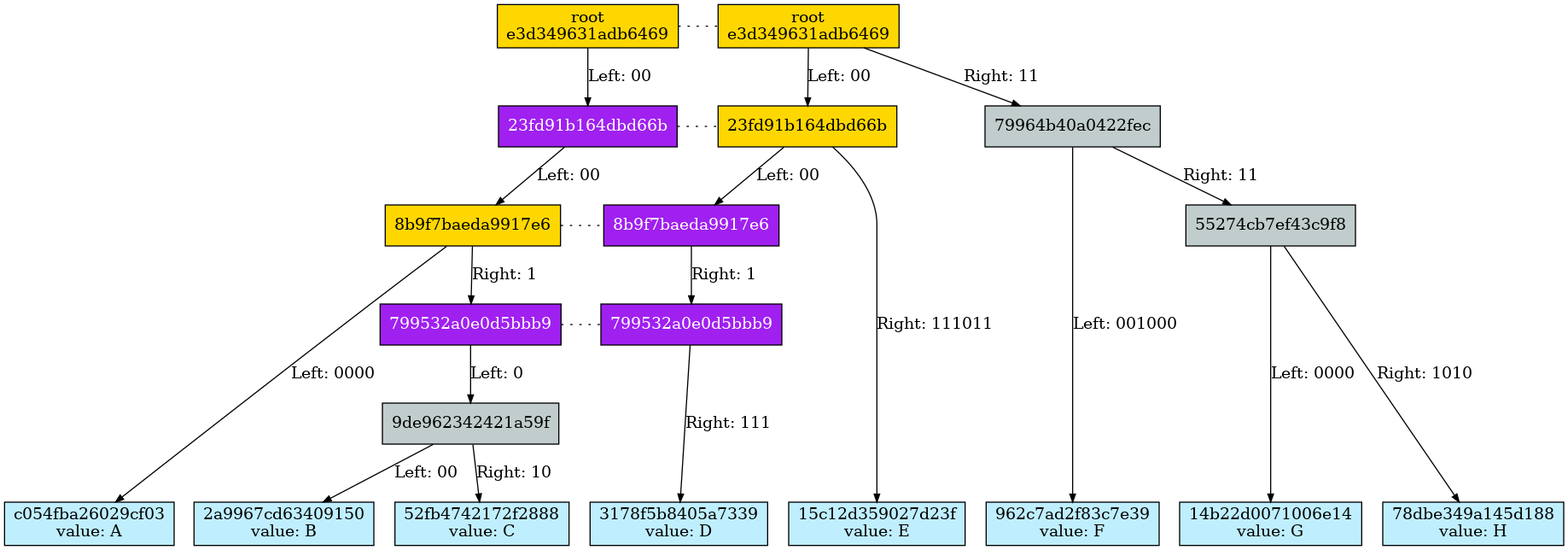
This is docs/merkle_tree/split_details/7_split_collapse.dot.png from juicebox-systems/juicebox-hsm-realm, a Graphviz export, as it was before one commit. Its source is kept beside it as docs/merkle_tree/split_details/7_split_collapse.dot. The source it was exported from:
```dot
Digraph merkletree {

he3d349631adb6469_2 [fillcolor=gold1 label="root\ne3d349631adb6469" ordering=out shape=box style=filled ];
h23fd91b164dbd66b_2 [fillcolor=purple fontcolor=white label="23fd91b164dbd66b" ordering=out shape=box style=filled ];
h8b9f7baeda9917e6_2 [fillcolor=gold1 label="8b9f7baeda9917e6" ordering=out shape=box style=filled ];
h799532a0e0d5bbb9_2 [fillcolor=purple fontcolor=white label="799532a0e0d5bbb9" ordering=out shape=box style=filled ];
he3d349631adb6469_2 -> h23fd91b164dbd66b_2 [arrowsize=0.7 label="Left: 00\l" nojustify=true ];
he3d349631adb6469 -> h23fd91b164dbd66b [arrowsize=0.7 label="Left: 00\l" nojustify=true ];
h23fd91b164dbd66b_2 -> h8b9f7baeda9917e6_2 [arrowsize=0.7 label="Left: 00\l" nojustify=true ];
h23fd91b164dbd66b -> h8b9f7baeda9917e6 [arrowsize=0.7 label="Left: 00\l" nojustify=true ];
h8b9f7baeda9917e6_2 -> hc054fba26029cf03 [arrowsize=0.7 label="Left: 0000" nojustify=true ];
h8b9f7baeda9917e6_2 -> h799532a0e0d5bbb9_2 [arrowsize=0.7 label="Right: 1\l" nojustify=true ];
h8b9f7baeda9917e6 -> h799532a0e0d5bbb9 [arrowsize=0.7 label="Right: 1\l" nojustify=true ];
h799532a0e0d5bbb9_2 -> h9de962342421a59f [arrowsize=0.7 label="Left: 0\l" nojustify=true ];
h9de962342421a59f -> h2a9967cd63409150 [arrowsize=0.7 label="Left: 00" nojustify=true ];
h9de962342421a59f -> h52fb4742172f2888 [arrowsize=0.7 label="Right: 10" nojustify=true ];
h799532a0e0d5bbb9 -> h3178f5b8405a7339 [arrowsize=0.7 label="Right: 111" nojustify=true ];
h23fd91b164dbd66b -> h15c12d359027d23f [arrowsize=0.7 label="Right: 111011" nojustify=true ];
he3d349631adb6469 -> h79964b40a0422fec [arrowsize=0.7 label="Right: 11\l" nojustify=true ];
h79964b40a0422fec -> h962c7ad2f83c7e39 [arrowsize=0.7 label="Left: 001000" nojustify=true ];
h79964b40a0422fec -> h55274cb7ef43c9f8 [arrowsize=0.7 label="Right: 11\l" nojustify=true ];
h55274cb7ef43c9f8 -> h14b22d0071006e14 [arrowsize=0.7 label="Left: 0000" nojustify=true ];
h55274cb7ef43c9f8 -> h78dbe349a145d188 [arrowsize=0.7 label="Right: 1010" nojustify=true ];

Subgraph depth_0 {
rank=same

he3d349631adb6469 [fillcolor=gold1 label="root\ne3d349631adb6469" ordering=out shape=box style=filled ];
}


Subgraph depth_2 {
rank=same

h23fd91b164dbd66b [fillcolor=gold1 label="23fd91b164dbd66b" ordering=out shape=box style=filled ];
h79964b40a0422fec [fillcolor=azure3 label="79964b40a0422fec" ordering=out shape=box style=filled ];
}


Subgraph depth_4 {
rank=same

h8b9f7baeda9917e6 [fillcolor=purple fontcolor=white label="8b9f7baeda9917e6" ordering=out shape=box style=filled ];
h55274cb7ef43c9f8 [fillcolor=azure3 label="55274cb7ef43c9f8" ordering=out shape=box style=filled ];
}


Subgraph depth_256 {
rank=same

hc054fba26029cf03 [fillcolor=lightblue1 label="c054fba26029cf03\nvalue: A" ordering=out shape=box style=filled ];
h2a9967cd63409150 [fillcolor=lightblue1 label="2a9967cd63409150\nvalue: B" ordering=out shape=box style=filled ];
h52fb4742172f2888 [fillcolor=lightblue1 label="52fb4742172f2888\nvalue: C" ordering=out shape=box style=filled ];
h3178f5b8405a7339 [fillcolor=lightblue1 label="3178f5b8405a7339\nvalue: D" ordering=out shape=box style=filled ];
h15c12d359027d23f [fillcolor=lightblue1 label="15c12d359027d23f\nvalue: E" ordering=out shape=box style=filled ];
h962c7ad2f83c7e39 [fillcolor=lightblue1 label="962c7ad2f83c7e39\nvalue: F" ordering=out shape=box style=filled ];
h14b22d0071006e14 [fillcolor=lightblue1 label="14b22d0071006e14\nvalue: G" ordering=out shape=box style=filled ];
h78dbe349a145d188 [fillcolor=lightblue1 label="78dbe349a145d188\nvalue: H" ordering=out shape=box style=filled ];
}


Subgraph depth_5 {
rank=same

h799532a0e0d5bbb9 [fillcolor=purple fontcolor=white label="799532a0e0d5bbb9" ordering=out shape=box style=filled ];
}


Subgraph depth_6 {
rank=same

h9de962342421a59f [fillcolor=azure3 label="9de962342421a59f" ordering=out shape=box style=filled ];
}


Subgraph split_799532a0e0d5bbb9 {
rank=same

h799532a0e0d5bbb9_2 -> h799532a0e0d5bbb9 [arrowhead=none arrowtail=none dir=both style=dotted ];
}


Subgraph split_8b9f7baeda9917e6 {
rank=same

h8b9f7baeda9917e6_2 -> h8b9f7baeda9917e6 [arrowhead=none arrowtail=none dir=both style=dotted ];
}


Subgraph split_23fd91b164dbd66b {
rank=same

h23fd91b164dbd66b_2 -> h23fd91b164dbd66b [arrowhead=none arrowtail=none dir=both style=dotted ];
}


Subgraph split_e3d349631adb6469 {
rank=same

he3d349631adb6469_2 -> he3d349631adb6469 [arrowhead=none arrowtail=none dir=both style=dotted ];
}

}
```
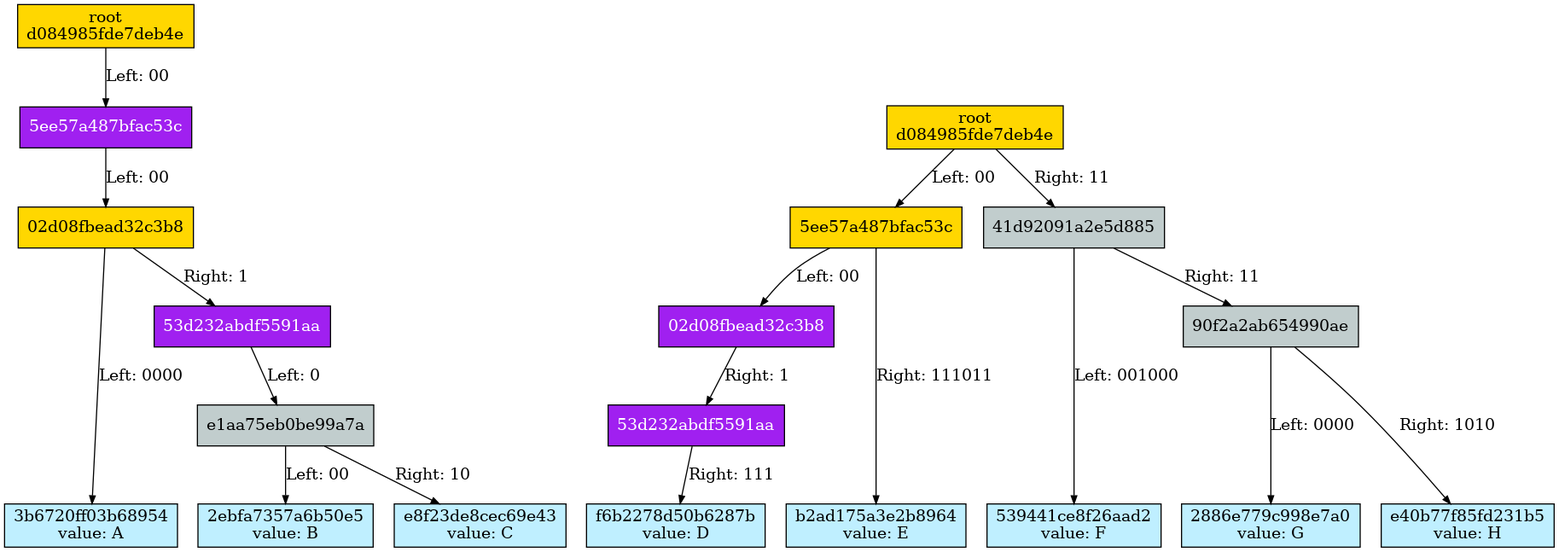
The same file after the commit.

Diff of the diagram source:
```diff
@@ -1,103 +1,75 @@
 Digraph merkletree {
 
-he3d349631adb6469_2 [fillcolor=gold1 label="root\ne3d349631adb6469" ordering=out shape=box style=filled ];
-h23fd91b164dbd66b_2 [fillcolor=purple fontcolor=white label="23fd91b164dbd66b" ordering=out shape=box style=filled ];
-h8b9f7baeda9917e6_2 [fillcolor=gold1 label="8b9f7baeda9917e6" ordering=out shape=box style=filled ];
-h799532a0e0d5bbb9_2 [fillcolor=purple fontcolor=white label="799532a0e0d5bbb9" ordering=out shape=box style=filled ];
-he3d349631adb6469_2 -> h23fd91b164dbd66b_2 [arrowsize=0.7 label="Left: 00\l" nojustify=true ];
-he3d349631adb6469 -> h23fd91b164dbd66b [arrowsize=0.7 label="Left: 00\l" nojustify=true ];
-h23fd91b164dbd66b_2 -> h8b9f7baeda9917e6_2 [arrowsize=0.7 label="Left: 00\l" nojustify=true ];
-h23fd91b164dbd66b -> h8b9f7baeda9917e6 [arrowsize=0.7 label="Left: 00\l" nojustify=true ];
-h8b9f7baeda9917e6_2 -> hc054fba26029cf03 [arrowsize=0.7 label="Left: 0000" nojustify=true ];
-h8b9f7baeda9917e6_2 -> h799532a0e0d5bbb9_2 [arrowsize=0.7 label="Right: 1\l" nojustify=true ];
-h8b9f7baeda9917e6 -> h799532a0e0d5bbb9 [arrowsize=0.7 label="Right: 1\l" nojustify=true ];
-h799532a0e0d5bbb9_2 -> h9de962342421a59f [arrowsize=0.7 label="Left: 0\l" nojustify=true ];
-h9de962342421a59f -> h2a9967cd63409150 [arrowsize=0.7 label="Left: 00" nojustify=true ];
-h9de962342421a59f -> h52fb4742172f2888 [arrowsize=0.7 label="Right: 10" nojustify=true ];
-h799532a0e0d5bbb9 -> h3178f5b8405a7339 [arrowsize=0.7 label="Right: 111" nojustify=true ];
-h23fd91b164dbd66b -> h15c12d359027d23f [arrowsize=0.7 label="Right: 111011" nojustify=true ];
-he3d349631adb6469 -> h79964b40a0422fec [arrowsize=0.7 label="Right: 11\l" nojustify=true ];
-h79964b40a0422fec -> h962c7ad2f83c7e39 [arrowsize=0.7 label="Left: 001000" nojustify=true ];
-h79964b40a0422fec -> h55274cb7ef43c9f8 [arrowsize=0.7 label="Right: 11\l" nojustify=true ];
-h55274cb7ef43c9f8 -> h14b22d0071006e14 [arrowsize=0.7 label="Left: 0000" nojustify=true ];
-h55274cb7ef43c9f8 -> h78dbe349a145d188 [arrowsize=0.7 label="Right: 1010" nojustify=true ];
+hd084985fde7deb4e_2 [fillcolor=gold1 label="root\nd084985fde7deb4e" ordering=out shape=box style=filled ];
+h5ee57a487bfac53c_2 [fillcolor=purple fontcolor=white label="5ee57a487bfac53c" ordering=out shape=box style=filled ];
+h02d08fbead32c3b8_2 [fillcolor=gold1 label="02d08fbead32c3b8" ordering=out shape=box style=filled ];
+h53d232abdf5591aa_2 [fillcolor=purple fontcolor=white label="53d232abdf5591aa" ordering=out shape=box style=filled ];
+hd084985fde7deb4e_2 -> h5ee57a487bfac53c_2 [arrowsize=0.7 label="Left: 00" nojustify=true ];
+hd084985fde7deb4e -> h5ee57a487bfac53c [arrowsize=0.7 label="Left: 00" nojustify=true ];
+h5ee57a487bfac53c_2 -> h02d08fbead32c3b8_2 [arrowsize=0.7 label="Left: 00" nojustify=true ];
+h5ee57a487bfac53c -> h02d08fbead32c3b8 [arrowsize=0.7 label="Left: 00" nojustify=true ];
+h02d08fbead32c3b8_2 -> h3b6720ff03b68954 [arrowsize=0.7 label="Left: 0000" nojustify=true ];
+h02d08fbead32c3b8_2 -> h53d232abdf5591aa_2 [arrowsize=0.7 label="Right: 1" nojustify=true ];
+h02d08fbead32c3b8 -> h53d232abdf5591aa [arrowsize=0.7 label="Right: 1" nojustify=true ];
+h53d232abdf5591aa_2 -> he1aa75eb0be99a7a [arrowsize=0.7 label="Left: 0" nojustify=true ];
+he1aa75eb0be99a7a -> h2ebfa7357a6b50e5 [arrowsize=0.7 label="Left: 00" nojustify=true ];
+he1aa75eb0be99a7a -> he8f23de8cec69e43 [arrowsize=0.7 label="Right: 10" nojustify=true ];
+h53d232abdf5591aa -> hf6b2278d50b6287b [arrowsize=0.7 label="Right: 111" nojustify=true ];
+h5ee57a487bfac53c -> hb2ad175a3e2b8964 [arrowsize=0.7 label="Right: 111011" nojustify=true ];
+hd084985fde7deb4e -> h41d92091a2e5d885 [arrowsize=0.7 label="Right: 11" nojustify=true ];
+h41d92091a2e5d885 -> h539441ce8f26aad2 [arrowsize=0.7 label="Left: 001000" nojustify=true ];
+h41d92091a2e5d885 -> h90f2a2ab654990ae [arrowsize=0.7 label="Right: 11" nojustify=true ];
+h90f2a2ab654990ae -> h2886e779c998e7a0 [arrowsize=0.7 label="Left: 0000" nojustify=true ];
+h90f2a2ab654990ae -> he40b77f85fd231b5 [arrowsize=0.7 label="Right: 1010" nojustify=true ];
 
 Subgraph depth_0 {
 rank=same
 
-he3d349631adb6469 [fillcolor=gold1 label="root\ne3d349631adb6469" ordering=out shape=box style=filled ];
+hd084985fde7deb4e [fillcolor=gold1 label="root\nd084985fde7deb4e" ordering=out shape=box style=filled ];
 }
 
 
 Subgraph depth_2 {
 rank=same
 
-h23fd91b164dbd66b [fillcolor=gold1 label="23fd91b164dbd66b" ordering=out shape=box style=filled ];
-h79964b40a0422fec [fillcolor=azure3 label="79964b40a0422fec" ordering=out shape=box style=filled ];
+h5ee57a487bfac53c [fillcolor=gold1 label="5ee57a487bfac53c" ordering=out shape=box style=filled ];
+h41d92091a2e5d885 [fillcolor=azure3 label="41d92091a2e5d885" ordering=out shape=box style=filled ];
 }
 
 
 Subgraph depth_4 {
 rank=same
 
-h8b9f7baeda9917e6 [fillcolor=purple fontcolor=white label="8b9f7baeda9917e6" ordering=out shape=box style=filled ];
-h55274cb7ef43c9f8 [fillcolor=azure3 label="55274cb7ef43c9f8" ordering=out shape=box style=filled ];
+h02d08fbead32c3b8 [fillcolor=purple fontcolor=white label="02d08fbead32c3b8" ordering=out shape=box style=filled ];
+h90f2a2ab654990ae [fillcolor=azure3 label="90f2a2ab654990ae" ordering=out shape=box style=filled ];
 }
 
 
 Subgraph depth_256 {
 rank=same
 
-hc054fba26029cf03 [fillcolor=lightblue1 label="c054fba26029cf03\nvalue: A" ordering=out shape=box style=filled ];
-h2a9967cd63409150 [fillcolor=lightblue1 label="2a9967cd63409150\nvalue: B" ordering=out shape=box style=filled ];
-h52fb4742172f2888 [fillcolor=lightblue1 label="52fb4742172f2888\nvalue: C" ordering=out shape=box style=filled ];
-h3178f5b8405a7339 [fillcolor=lightblue1 label="3178f5b8405a7339\nvalue: D" ordering=out shape=box style=filled ];
-h15c12d359027d23f [fillcolor=lightblue1 label="15c12d359027d23f\nvalue: E" ordering=out shape=box style=filled ];
-h962c7ad2f83c7e39 [fillcolor=lightblue1 label="962c7ad2f83c7e39\nvalue: F" ordering=out shape=box style=filled ];
-h14b22d0071006e14 [fillcolor=lightblue1 label="14b22d0071006e14\nvalue: G" ordering=out shape=box style=filled ];
-h78dbe349a145d188 [fillcolor=lightblue1 label="78dbe349a145d188\nvalue: H" ordering=out shape=box style=filled ];
+h3b6720ff03b68954 [fillcolor=lightblue1 label="3b6720ff03b68954\nvalue: A" ordering=out shape=box style=filled ];
+h2ebfa7357a6b50e5 [fillcolor=lightblue1 label="2ebfa7357a6b50e5\nvalue: B" ordering=out shape=box style=filled ];
+he8f23de8cec69e43 [fillcolor=lightblue1 label="e8f23de8cec69e43\nvalue: C" ordering=out shape=box style=filled ];
+hf6b2278d50b6287b [fillcolor=lightblue1 label="f6b2278d50b6287b\nvalue: D" ordering=out shape=box style=filled ];
+hb2ad175a3e2b8964 [fillcolor=lightblue1 label="b2ad175a3e2b8964\nvalue: E" ordering=out shape=box style=filled ];
+h539441ce8f26aad2 [fillcolor=lightblue1 label="539441ce8f26aad2\nvalue: F" ordering=out shape=box style=filled ];
+h2886e779c998e7a0 [fillcolor=lightblue1 label="2886e779c998e7a0\nvalue: G" ordering=out shape=box style=filled ];
+he40b77f85fd231b5 [fillcolor=lightblue1 label="e40b77f85fd231b5\nvalue: H" ordering=out shape=box style=filled ];
 }
 
 
 Subgraph depth_5 {
 rank=same
 
-h799532a0e0d5bbb9 [fillcolor=purple fontcolor=white label="799532a0e0d5bbb9" ordering=out shape=box style=filled ];
+h53d232abdf5591aa [fillcolor=purple fontcolor=white label="53d232abdf5591aa" ordering=out shape=box style=filled ];
 }
 
 
 Subgraph depth_6 {
 rank=same
 
-h9de962342421a59f [fillcolor=azure3 label="9de962342421a59f" ordering=out shape=box style=filled ];
-}
-
-
-Subgraph split_799532a0e0d5bbb9 {
-rank=same
-
-h799532a0e0d5bbb9_2 -> h799532a0e0d5bbb9 [arrowhead=none arrowtail=none dir=both style=dotted ];
-}
-
-
-Subgraph split_8b9f7baeda9917e6 {
-rank=same
-
-h8b9f7baeda9917e6_2 -> h8b9f7baeda9917e6 [arrowhead=none arrowtail=none dir=both style=dotted ];
-}
-
-
-Subgraph split_23fd91b164dbd66b {
-rank=same
-
-h23fd91b164dbd66b_2 -> h23fd91b164dbd66b [arrowhead=none arrowtail=none dir=both style=dotted ];
-}
-
-
-Subgraph split_e3d349631adb6469 {
-rank=same
-
-he3d349631adb6469_2 -> he3d349631adb6469 [arrowhead=none arrowtail=none dir=both style=dotted ];
+he1aa75eb0be99a7a [fillcolor=azure3 label="e1aa75eb0be99a7a" ordering=out shape=box style=filled ];
 }
 
 }
```
